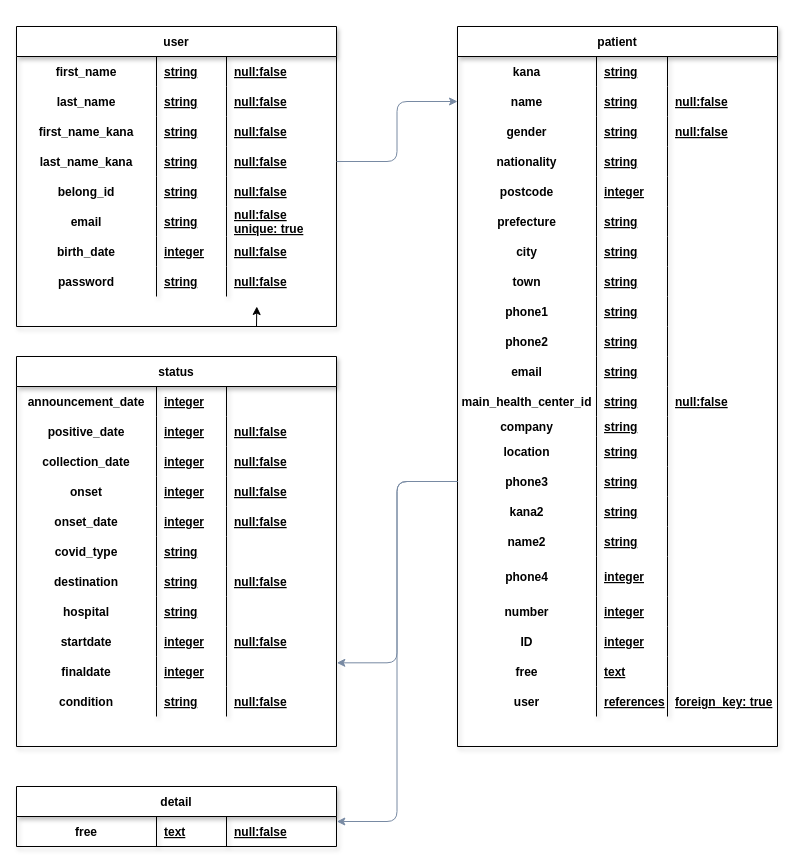
haihaihai103/HMC2 keeps this draw.io diagram as HMC2.dio. Above is the earlier version. Source tidied: cells renumbered, new cells numbered last; positions are measured from the earlier drawing's top-left corner, leaving out a move shared by most shapes. Both pictures are drawn from the tidied source at 100%, with x=0, y=0 at pixel (16, 26).
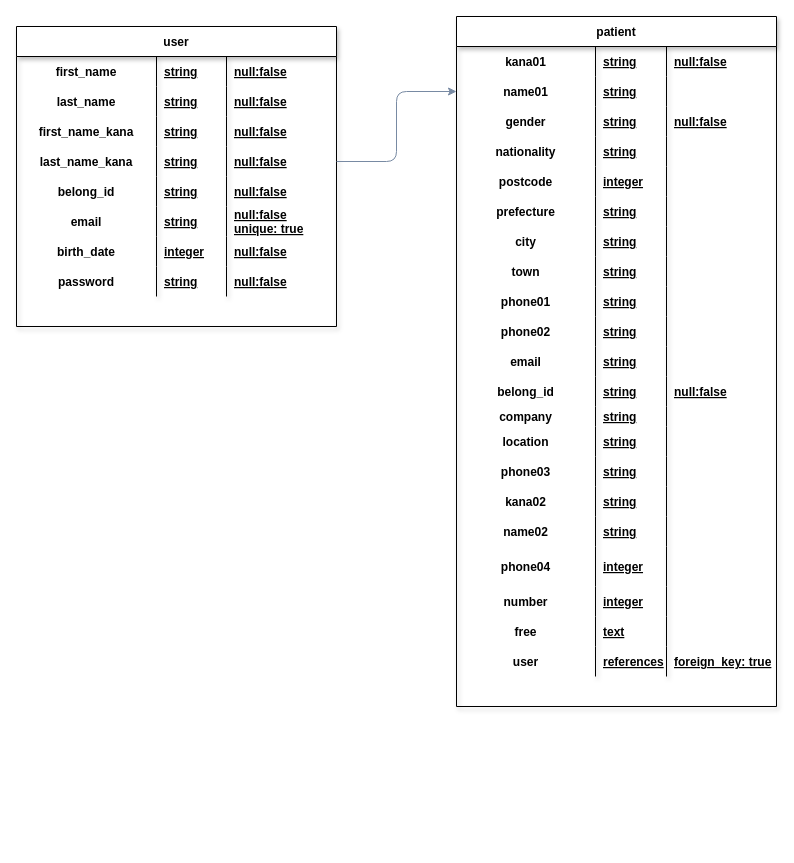
After the change.

The change refers to these unchanged cells:
```xml
<mxCell id="3" value="user" style="shape=table;startSize=30;childLayout=tableLayout;rowLines=0;fontStyle=1;align=center;shadow=1;" parent="1" vertex="1">
  <mxGeometry width="320" height="300" as="geometry" />
</mxCell>
<mxCell id="87" style="shape=partialRectangle;fillColor=none;top=0;left=0;bottom=0;right=0;" parent="86" vertex="1">
  <mxGeometry y="30" width="320" height="30" as="geometry" />
</mxCell>
<mxCell id="91" style="shape=partialRectangle;fillColor=none;top=0;left=0;bottom=0;right=0;points=[[0,0.5],[1,0.5]];portConstraint=eastwest;" parent="86" vertex="1">
  <mxGeometry y="60" width="320" height="30" as="geometry" />
</mxCell>
<mxCell id="119" style="shape=partialRectangle;fillColor=none;top=0;left=0;bottom=0;right=0;" parent="86" vertex="1">
  <mxGeometry y="270" width="320" height="30" as="geometry" />
</mxCell>
<mxCell id="123" style="shape=partialRectangle;fillColor=none;top=0;left=0;bottom=0;right=0;" parent="86" vertex="1">
  <mxGeometry y="300" width="320" height="30" as="geometry" />
</mxCell>
<mxCell id="131" style="shape=partialRectangle;fillColor=none;top=0;left=0;bottom=0;right=0;" parent="86" vertex="1">
  <mxGeometry y="360" width="320" height="30" as="geometry" />
</mxCell>
<mxCell id="143" style="shape=partialRectangle;fillColor=none;top=0;left=0;bottom=0;right=0;points=[[0,0.5],[1,0.5]];portConstraint=eastwest;" parent="86" vertex="1">
  <mxGeometry y="440" width="320" height="30" as="geometry" />
</mxCell>
<mxCell id="147" style="shape=partialRectangle;fillColor=none;top=0;left=0;bottom=0;right=0;" parent="86" vertex="1">
  <mxGeometry y="470" width="320" height="30" as="geometry" />
</mxCell>
<mxCell id="151" style="shape=partialRectangle;fillColor=none;top=0;left=0;bottom=0;right=0;" parent="86" vertex="1">
  <mxGeometry y="500" width="320" height="30" as="geometry" />
</mxCell>
<mxCell id="155" style="shape=partialRectangle;fillColor=none;top=0;left=0;bottom=0;right=0;" parent="86" vertex="1">
  <mxGeometry y="530" width="320" height="40" as="geometry" />
</mxCell>
```

What changed in the source:
```diff
@@
-    <mxCell id="2" style="edgeStyle=orthogonalEdgeStyle;rounded=0;jettySize=auto;html=1;exitX=0.75;exitY=1;exitDx=0;exitDy=0;" parent="1" edge="1" source="3">
-      <mxGeometry relative="1" as="geometry">
-        <mxPoint x="240.3" y="280" as="targetPoint" />
-      </mxGeometry>
-    </mxCell>
@@
-    <mxCell id="36" value="status" style="shape=table;startSize=30;childLayout=tableLayout;rowLines=0;fontStyle=1;align=center;shadow=1;" parent="1" vertex="1">
-      <mxGeometry y="330" width="320" height="390" as="geometry" />
-    </mxCell>
-    <mxCell id="37" style="shape=partialRectangle;fillColor=none;top=0;left=0;bottom=0;right=0;" parent="36" vertex="1">
-      <mxGeometry y="30" width="320" height="30" as="geometry" />
-    </mxCell>
-    <mxCell id="38" value="announcement_date" style="shape=partialRectangle;fillColor=none;top=0;left=0;bottom=0;right=0;fontStyle=1;overflow=hidden;" parent="37" vertex="1">
-      <mxGeometry width="140" height="30" as="geometry" />
-    </mxCell>
-    <mxCell id="39" value="integer" style="shape=partialRectangle;fillColor=none;top=0;left=0;bottom=0;right=0;align=left;spacingLeft=6;fontStyle=5;overflow=hidden;" parent="37" vertex="1">
-      <mxGeometry x="140" width="70" height="30" as="geometry" />
-    </mxCell>
-    <mxCell id="40" style="shape=partialRectangle;fillColor=none;top=0;left=0;bottom=0;right=0;align=left;spacingLeft=6;fontStyle=5;overflow=hidden;" parent="37" vertex="1">
-      <mxGeometry x="210" width="110" height="30" as="geometry" />
-    </mxCell>
-    <mxCell id="41" style="shape=partialRectangle;fillColor=none;top=0;left=0;bottom=0;right=0;" parent="36" vertex="1">
-      <mxGeometry y="60" width="320" height="30" as="geometry" />
-    </mxCell>
-    <mxCell id="42" value="positive_date" style="shape=partialRectangle;fillColor=none;top=0;left=0;bottom=0;right=0;fontStyle=1;overflow=hidden;" parent="41" vertex="1">
-      <mxGeometry width="140" height="30" as="geometry" />
-    </mxCell>
-    <mxCell id="43" value="integer" style="shape=partialRectangle;fillColor=none;top=0;left=0;bottom=0;right=0;align=left;spacingLeft=6;fontStyle=5;overflow=hidden;" parent="41" vertex="1">
-      <mxGeometry x="140" width="70" height="30" as="geometry" />
-    </mxCell>
-    <mxCell id="44" value="null:false" style="shape=partialRectangle;fillColor=none;top=0;left=0;bottom=0;right=0;align=left;spacingLeft=6;fontStyle=5;overflow=hidden;" parent="41" vertex="1">
-      <mxGeometry x="210" width="110" height="30" as="geometry" />
-    </mxCell>
-    <mxCell id="45" style="shape=partialRectangle;fillColor=none;top=0;left=0;bottom=0;right=0;" parent="36" vertex="1">
-      <mxGeometry y="90" width="320" height="30" as="geometry" />
-    </mxCell>
-    <mxCell id="46" value="collection_date" style="shape=partialRectangle;fillColor=none;top=0;left=0;bottom=0;right=0;fontStyle=1;overflow=hidden;" parent="45" vertex="1">
-      <mxGeometry width="140" height="30" as="geometry" />
-    </mxCell>
-    <mxCell id="47" value="integer" style="shape=partialRectangle;fillColor=none;top=0;left=0;bottom=0;right=0;align=left;spacingLeft=6;fontStyle=5;overflow=hidden;" parent="45" vertex="1">
-      <mxGeometry x="140" width="70" height="30" as="geometry" />
-    </mxCell>
-    <mxCell id="48" value="null:false" style="shape=partialRectangle;fillColor=none;top=0;left=0;bottom=0;right=0;align=left;spacingLeft=6;fontStyle=5;overflow=hidden;" parent="45" vertex="1">
-      <mxGeometry x="210" width="110" height="30" as="geometry" />
-    </mxCell>
-    <mxCell id="49" style="shape=partialRectangle;fillColor=none;top=0;left=0;bottom=0;right=0;" parent="36" vertex="1">
-      <mxGeometry y="120" width="320" height="30" as="geometry" />
-    </mxCell>
-    <mxCell id="50" value="onset" style="shape=partialRectangle;fillColor=none;top=0;left=0;bottom=0;right=0;fontStyle=1;overflow=hidden;" parent="49" vertex="1">
-      <mxGeometry width="140" height="30" as="geometry" />
-    </mxCell>
-    <mxCell id="51" value="integer" style="shape=partialRectangle;fillColor=none;top=0;left=0;bottom=0;right=0;align=left;spacingLeft=6;fontStyle=5;overflow=hidden;" parent="49" vertex="1">
-      <mxGeometry x="140" width="70" height="30" as="geometry" />
-    </mxCell>
-    <mxCell id="52" value="null:false" style="shape=partialRectangle;fillColor=none;top=0;left=0;bottom=0;right=0;align=left;spacingLeft=6;fontStyle=5;overflow=hidden;" parent="49" vertex="1">
-      <mxGeometry x="210" width="110" height="30" as="geometry" />
-    </mxCell>
-    <mxCell id="53" style="shape=partialRectangle;fillColor=none;top=0;left=0;bottom=0;right=0;" parent="36" vertex="1">
-      <mxGeometry y="150" width="320" height="30" as="geometry" />
-    </mxCell>
-    <mxCell id="54" value="onset_date" style="shape=partialRectangle;fillColor=none;top=0;left=0;bottom=0;right=0;fontStyle=1;overflow=hidden;" parent="53" vertex="1">
-      <mxGeometry width="140" height="30" as="geometry" />
-    </mxCell>
-    <mxCell id="55" value="integer" style="shape=partialRectangle;fillColor=none;top=0;left=0;bottom=0;right=0;align=left;spacingLeft=6;fontStyle=5;overflow=hidden;" parent="53" vertex="1">
-      <mxGeometry x="140" width="70" height="30" as="geometry" />
-    </mxCell>
-    <mxCell id="56" value="null:false" style="shape=partialRectangle;fillColor=none;top=0;left=0;bottom=0;right=0;align=left;spacingLeft=6;fontStyle=5;overflow=hidden;" parent="53" vertex="1">
-      <mxGeometry x="210" width="110" height="30" as="geometry" />
-    </mxCell>
-    <mxCell id="57" style="shape=partialRectangle;fillColor=none;top=0;left=0;bottom=0;right=0;" parent="36" vertex="1">
-      <mxGeometry y="180" width="320" height="30" as="geometry" />
-    </mxCell>
-    <mxCell id="58" value="covid_type" style="shape=partialRectangle;fillColor=none;top=0;left=0;bottom=0;right=0;fontStyle=1;overflow=hidden;" parent="57" vertex="1">
-      <mxGeometry width="140" height="30" as="geometry" />
-    </mxCell>
-    <mxCell id="59" value="string" style="shape=partialRectangle;fillColor=none;top=0;left=0;bottom=0;right=0;align=left;spacingLeft=6;fontStyle=5;overflow=hidden;" parent="57" vertex="1">
-      <mxGeometry x="140" width="70" height="30" as="geometry" />
-    </mxCell>
-    <mxCell id="60" style="shape=partialRectangle;fillColor=none;top=0;left=0;bottom=0;right=0;align=left;spacingLeft=6;fontStyle=5;overflow=hidden;" parent="57" vertex="1">
-      <mxGeometry x="210" width="110" height="30" as="geometry" />
-    </mxCell>
-    <mxCell id="61" style="shape=partialRectangle;fillColor=none;top=0;left=0;bottom=0;right=0;" parent="36" vertex="1">
-      <mxGeometry y="210" width="320" height="30" as="geometry" />
-    </mxCell>
-    <mxCell id="62" value="destination" style="shape=partialRectangle;fillColor=none;top=0;left=0;bottom=0;right=0;fontStyle=1;overflow=hidden;" parent="61" vertex="1">
-      <mxGeometry width="140" height="30" as="geometry" />
-    </mxCell>
-    <mxCell id="63" value="string" style="shape=partialRectangle;fillColor=none;top=0;left=0;bottom=0;right=0;align=left;spacingLeft=6;fontStyle=5;overflow=hidden;" parent="61" vertex="1">
-      <mxGeometry x="140" width="70" height="30" as="geometry" />
-    </mxCell>
-    <mxCell id="64" value="null:false" style="shape=partialRectangle;fillColor=none;top=0;left=0;bottom=0;right=0;align=left;spacingLeft=6;fontStyle=5;overflow=hidden;" parent="61" vertex="1">
-      <mxGeometry x="210" width="110" height="30" as="geometry" />
-    </mxCell>
-    <mxCell id="65" style="shape=partialRectangle;fillColor=none;top=0;left=0;bottom=0;right=0;" parent="36" vertex="1">
-      <mxGeometry y="240" width="320" height="30" as="geometry" />
-    </mxCell>
-    <mxCell id="66" value="hospital" style="shape=partialRectangle;fillColor=none;top=0;left=0;bottom=0;right=0;fontStyle=1;overflow=hidden;" parent="65" vertex="1">
-      <mxGeometry width="140" height="30" as="geometry" />
-    </mxCell>
-    <mxCell id="67" value="string" style="shape=partialRectangle;fillColor=none;top=0;left=0;bottom=0;right=0;align=left;spacingLeft=6;fontStyle=5;overflow=hidden;" parent="65" vertex="1">
-      <mxGeometry x="140" width="70" height="30" as="geometry" />
-    </mxCell>
-    <mxCell id="68" style="shape=partialRectangle;fillColor=none;top=0;left=0;bottom=0;right=0;align=left;spacingLeft=6;fontStyle=5;overflow=hidden;" parent="65" vertex="1">
-      <mxGeometry x="210" width="110" height="30" as="geometry" />
-    </mxCell>
-    <mxCell id="69" style="shape=partialRectangle;fillColor=none;top=0;left=0;bottom=0;right=0;" parent="36" vertex="1">
-      <mxGeometry y="270" width="320" height="30" as="geometry" />
-    </mxCell>
-    <mxCell id="70" value="startdate" style="shape=partialRectangle;fillColor=none;top=0;left=0;bottom=0;right=0;fontStyle=1;overflow=hidden;" parent="69" vertex="1">
-      <mxGeometry width="140" height="30" as="geometry" />
-    </mxCell>
-    <mxCell id="71" value="integer" style="shape=partialRectangle;fillColor=none;top=0;left=0;bottom=0;right=0;align=left;spacingLeft=6;fontStyle=5;overflow=hidden;" parent="69" vertex="1">
-      <mxGeometry x="140" width="70" height="30" as="geometry" />
-    </mxCell>
-    <mxCell id="72" value="null:false" style="shape=partialRectangle;fillColor=none;top=0;left=0;bottom=0;right=0;align=left;spacingLeft=6;fontStyle=5;overflow=hidden;" parent="69" vertex="1">
-      <mxGeometry x="210" width="110" height="30" as="geometry" />
-    </mxCell>
-    <mxCell id="73" style="shape=partialRectangle;fillColor=none;top=0;left=0;bottom=0;right=0;points=[[0,0.5],[1,0.5]];portConstraint=eastwest;" parent="36" vertex="1">
-      <mxGeometry y="300" width="320" height="30" as="geometry" />
-    </mxCell>
-    <mxCell id="74" value="finaldate" style="shape=partialRectangle;fillColor=none;top=0;left=0;bottom=0;right=0;fontStyle=1;overflow=hidden;" parent="73" vertex="1">
-      <mxGeometry width="140" height="30" as="geometry" />
-    </mxCell>
-    <mxCell id="75" value="integer" style="shape=partialRectangle;fillColor=none;top=0;left=0;bottom=0;right=0;align=left;spacingLeft=6;fontStyle=5;overflow=hidden;" parent="73" vertex="1">
-      <mxGeometry x="140" width="70" height="30" as="geometry" />
-    </mxCell>
-    <mxCell id="76" style="shape=partialRectangle;fillColor=none;top=0;left=0;bottom=0;right=0;align=left;spacingLeft=6;fontStyle=5;overflow=hidden;" parent="73" vertex="1">
-      <mxGeometry x="210" width="110" height="30" as="geometry" />
-    </mxCell>
-    <mxCell id="77" style="shape=partialRectangle;fillColor=none;top=0;left=0;bottom=0;right=0;" parent="36" vertex="1">
-      <mxGeometry y="330" width="320" height="30" as="geometry" />
-    </mxCell>
-    <mxCell id="78" value="condition" style="shape=partialRectangle;fillColor=none;top=0;left=0;bottom=0;right=0;fontStyle=1;overflow=hidden;" parent="77" vertex="1">
-      <mxGeometry width="140" height="30" as="geometry" />
-    </mxCell>
-    <mxCell id="79" value="string" style="shape=partialRectangle;fillColor=none;top=0;left=0;bottom=0;right=0;align=left;spacingLeft=6;fontStyle=5;overflow=hidden;" parent="77" vertex="1">
-      <mxGeometry x="140" width="70" height="30" as="geometry" />
-    </mxCell>
-    <mxCell id="80" value="null:false" style="shape=partialRectangle;fillColor=none;top=0;left=0;bottom=0;right=0;align=left;spacingLeft=6;fontStyle=5;overflow=hidden;" parent="77" vertex="1">
-      <mxGeometry x="210" width="110" height="30" as="geometry" />
-    </mxCell>
-    <mxCell id="81" value="detail" style="shape=table;startSize=30;childLayout=tableLayout;rowLines=0;fontStyle=1;align=center;shadow=1;" parent="1" vertex="1">
-      <mxGeometry y="760" width="320" height="60" as="geometry" />
-    </mxCell>
-    <mxCell id="82" style="shape=partialRectangle;fillColor=none;top=0;left=0;bottom=0;right=0;points=[[0,0.5],[1,0.5]];portConstraint=eastwest;" parent="81" vertex="1">
-      <mxGeometry y="30" width="320" height="30" as="geometry" />
-    </mxCell>
-    <mxCell id="83" value="free" style="shape=partialRectangle;fillColor=none;top=0;left=0;bottom=0;right=0;fontStyle=1;overflow=hidden;" parent="82" vertex="1">
-      <mxGeometry width="140" height="30" as="geometry" />
-    </mxCell>
-    <mxCell id="84" value="text" style="shape=partialRectangle;fillColor=none;top=0;left=0;bottom=0;right=0;align=left;spacingLeft=6;fontStyle=5;overflow=hidden;" parent="82" vertex="1">
-      <mxGeometry x="140" width="70" height="30" as="geometry" />
-    </mxCell>
-    <mxCell id="85" value="null:false" style="shape=partialRectangle;fillColor=none;top=0;left=0;bottom=0;right=0;align=left;spacingLeft=6;fontStyle=5;overflow=hidden;" parent="82" vertex="1">
-      <mxGeometry x="210" width="110" height="30" as="geometry" />
-    </mxCell>
     <mxCell id="86" value="patient" style="shape=table;startSize=30;childLayout=tableLayout;rowLines=0;fontStyle=1;align=center;shadow=1;" parent="1" vertex="1">
-      <mxGeometry x="441" width="320" height="720" as="geometry" />
+      <mxGeometry x="440" y="-10" width="320" height="690" as="geometry" />
     </mxCell>
@@
-    <mxCell id="88" value="kana" style="shape=partialRectangle;fillColor=none;top=0;left=0;bottom=0;right=0;fontStyle=1;overflow=hidden;" parent="87" vertex="1">
+    <mxCell id="88" value="kana01" style="shape=partialRectangle;fillColor=none;top=0;left=0;bottom=0;right=0;fontStyle=1;overflow=hidden;" parent="87" vertex="1">
       <mxGeometry width="139" height="30" as="geometry" />
     </mxCell>
@@
-    <mxCell id="90" style="shape=partialRectangle;fillColor=none;top=0;left=0;bottom=0;right=0;align=left;spacingLeft=6;fontStyle=5;overflow=hidden;" parent="87" vertex="1">
+    <mxCell id="90" value="null:false" style="shape=partialRectangle;fillColor=none;top=0;left=0;bottom=0;right=0;align=left;spacingLeft=6;fontStyle=5;overflow=hidden;" parent="87" vertex="1">
       <mxGeometry x="210" width="110" height="30" as="geometry" />
     </mxCell>
@@
-    <mxCell id="92" value="name" style="shape=partialRectangle;fillColor=none;top=0;left=0;bottom=0;right=0;fontStyle=1;overflow=hidden;" parent="91" vertex="1">
+    <mxCell id="92" value="name01" style="shape=partialRectangle;fillColor=none;top=0;left=0;bottom=0;right=0;fontStyle=1;overflow=hidden;" parent="91" vertex="1">
       <mxGeometry width="139" height="30" as="geometry" />
     </mxCell>
@@
-    <mxCell id="94" value="null:false" style="shape=partialRectangle;fillColor=none;top=0;left=0;bottom=0;right=0;align=left;spacingLeft=6;fontStyle=5;overflow=hidden;" parent="91" vertex="1">
+    <mxCell id="94" style="shape=partialRectangle;fillColor=none;top=0;left=0;bottom=0;right=0;align=left;spacingLeft=6;fontStyle=5;overflow=hidden;" parent="91" vertex="1">
       <mxGeometry x="210" width="110" height="30" as="geometry" />
     </mxCell>
@@
-    <mxCell id="120" value="phone1" style="shape=partialRectangle;fillColor=none;top=0;left=0;bottom=0;right=0;fontStyle=1;overflow=hidden;" parent="119" vertex="1">
+    <mxCell id="120" value="phone01" style="shape=partialRectangle;fillColor=none;top=0;left=0;bottom=0;right=0;fontStyle=1;overflow=hidden;" parent="119" vertex="1">
       <mxGeometry width="139" height="30" as="geometry" />
     </mxCell>
@@
-    <mxCell id="124" value="phone2" style="shape=partialRectangle;fillColor=none;top=0;left=0;bottom=0;right=0;fontStyle=1;overflow=hidden;" parent="123" vertex="1">
+    <mxCell id="124" value="phone02" style="shape=partialRectangle;fillColor=none;top=0;left=0;bottom=0;right=0;fontStyle=1;overflow=hidden;" parent="123" vertex="1">
       <mxGeometry width="139" height="30" as="geometry" />
     </mxCell>
@@
-    <mxCell id="132" value="main_health_center_id" style="shape=partialRectangle;fillColor=none;top=0;left=0;bottom=0;right=0;fontStyle=1;overflow=hidden;" parent="131" vertex="1">
+    <mxCell id="132" value="belong_id" style="shape=partialRectangle;fillColor=none;top=0;left=0;bottom=0;right=0;fontStyle=1;overflow=hidden;" parent="131" vertex="1">
       <mxGeometry width="139" height="30" as="geometry" />
     </mxCell>
@@
-    <mxCell id="144" value="phone3" style="shape=partialRectangle;fillColor=none;top=0;left=0;bottom=0;right=0;fontStyle=1;overflow=hidden;" parent="143" vertex="1">
+    <mxCell id="144" value="phone03" style="shape=partialRectangle;fillColor=none;top=0;left=0;bottom=0;right=0;fontStyle=1;overflow=hidden;" parent="143" vertex="1">
       <mxGeometry width="139" height="30" as="geometry" />
     </mxCell>
@@
-    <mxCell id="148" value="kana2" style="shape=partialRectangle;fillColor=none;top=0;left=0;bottom=0;right=0;fontStyle=1;overflow=hidden;" parent="147" vertex="1">
+    <mxCell id="148" value="kana02" style="shape=partialRectangle;fillColor=none;top=0;left=0;bottom=0;right=0;fontStyle=1;overflow=hidden;" parent="147" vertex="1">
       <mxGeometry width="139" height="30" as="geometry" />
     </mxCell>
@@
-    <mxCell id="152" value="name2" style="shape=partialRectangle;fillColor=none;top=0;left=0;bottom=0;right=0;fontStyle=1;overflow=hidden;" parent="151" vertex="1">
+    <mxCell id="152" value="name02" style="shape=partialRectangle;fillColor=none;top=0;left=0;bottom=0;right=0;fontStyle=1;overflow=hidden;" parent="151" vertex="1">
       <mxGeometry width="139" height="30" as="geometry" />
     </mxCell>
@@
-    <mxCell id="156" value="phone4" style="shape=partialRectangle;fillColor=none;top=0;left=0;bottom=0;right=0;fontStyle=1;overflow=hidden;" parent="155" vertex="1">
+    <mxCell id="156" value="phone04" style="shape=partialRectangle;fillColor=none;top=0;left=0;bottom=0;right=0;fontStyle=1;overflow=hidden;" parent="155" vertex="1">
       <mxGeometry width="139" height="40" as="geometry" />
     </mxCell>
@@
-    <mxCell id="163" style="shape=partialRectangle;fillColor=none;top=0;left=0;bottom=0;right=0;" parent="86" vertex="1">
-      <mxGeometry y="600" width="320" height="30" as="geometry" />
-    </mxCell>
-    <mxCell id="164" value="ID" style="shape=partialRectangle;fillColor=none;top=0;left=0;bottom=0;right=0;fontStyle=1;overflow=hidden;" parent="163" vertex="1">
-      <mxGeometry width="139" height="30" as="geometry" />
-    </mxCell>
-    <mxCell id="165" value="integer" style="shape=partialRectangle;fillColor=none;top=0;left=0;bottom=0;right=0;align=left;spacingLeft=6;fontStyle=5;overflow=hidden;" parent="163" vertex="1">
-      <mxGeometry x="139" width="71" height="30" as="geometry" />
-    </mxCell>
-    <mxCell id="166" style="shape=partialRectangle;fillColor=none;top=0;left=0;bottom=0;right=0;align=left;spacingLeft=6;fontStyle=5;overflow=hidden;" parent="163" vertex="1">
-      <mxGeometry x="210" width="110" height="30" as="geometry" />
-    </mxCell>
     <mxCell id="167" style="shape=partialRectangle;fillColor=none;top=0;left=0;bottom=0;right=0;" parent="86" vertex="1">
-      <mxGeometry y="630" width="320" height="30" as="geometry" />
+      <mxGeometry y="600" width="320" height="30" as="geometry" />
     </mxCell>
@@
     <mxCell id="171" style="shape=partialRectangle;fillColor=none;top=0;left=0;bottom=0;right=0;" parent="86" vertex="1">
-      <mxGeometry y="660" width="320" height="30" as="geometry" />
+      <mxGeometry y="630" width="320" height="30" as="geometry" />
     </mxCell>
@@
-    <mxCell id="176" style="edgeStyle=orthogonalEdgeStyle;curved=0;rounded=1;sketch=0;jettySize=auto;html=1;exitX=0;exitY=0.5;exitDx=0;exitDy=0;entryX=1.001;entryY=0.211;entryDx=0;entryDy=0;entryPerimeter=0;fontColor=#46495D;strokeColor=#788AA3;fillColor=#B2C9AB;" parent="1" edge="1" source="143" target="73">
-      <mxGeometry relative="1" as="geometry" />
-    </mxCell>
-    <mxCell id="177" style="edgeStyle=orthogonalEdgeStyle;curved=0;rounded=1;sketch=0;jettySize=auto;html=1;exitX=0;exitY=0.5;exitDx=0;exitDy=0;entryX=1.001;entryY=0.167;entryDx=0;entryDy=0;entryPerimeter=0;fontColor=#46495D;strokeColor=#788AA3;fillColor=#B2C9AB;" parent="1" edge="1" source="143" target="82">
-      <mxGeometry relative="1" as="geometry" />
-    </mxCell>
```
